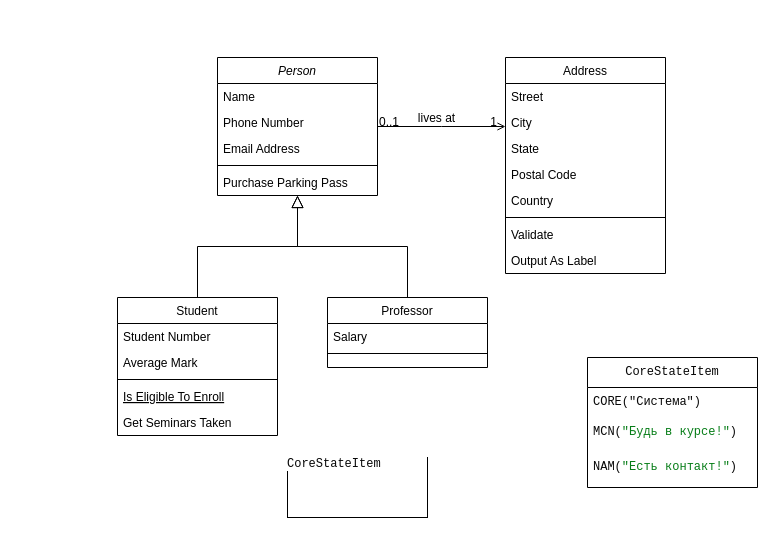
Before: eccp.drawio in andpopov/draw, a draw.io diagram. Source tidied: cells renumbered, new cells numbered last; positions are measured from the earlier drawing's top-left corner, leaving out a move shared by most shapes. Both pictures are drawn from the tidied source at 100%, with x=0, y=0 at pixel (117, 57).
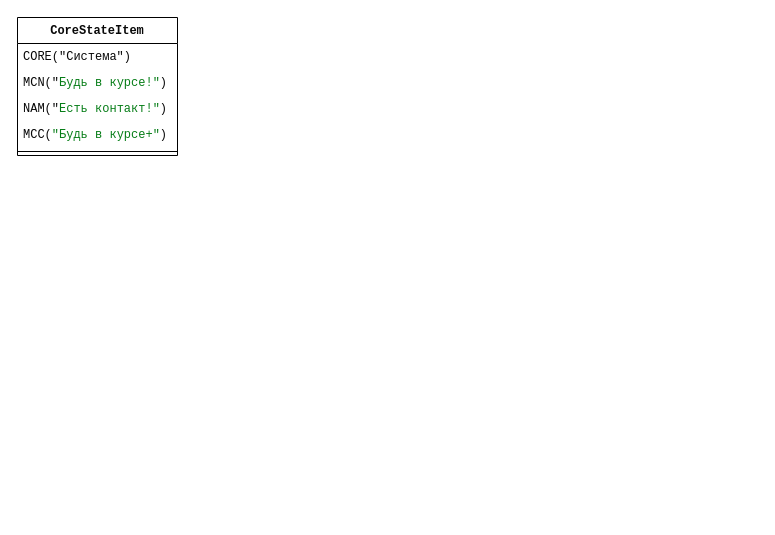
Above is the later version.

Change to the diagram source:
```diff
@@
-    <mxCell id="2" value="Person" style="swimlane;fontStyle=2;align=center;verticalAlign=top;horizontal=1;startSize=26;rounded=0;shadow=0;strokeWidth=1;" parent="1" vertex="1">
-      <mxGeometry x="100" width="160" height="138" as="geometry" />
-    </mxCell>
-    <mxCell id="3" value="Name" style="text;align=left;verticalAlign=top;spacingLeft=4;spacingRight=4;overflow=hidden;" parent="2" vertex="1">
-      <mxGeometry y="26" width="160" height="26" as="geometry" />
-    </mxCell>
-    <mxCell id="4" value="Phone Number" style="text;align=left;verticalAlign=top;spacingLeft=4;spacingRight=4;overflow=hidden;rounded=0;shadow=0;html=0;" parent="2" vertex="1">
-      <mxGeometry y="52" width="160" height="26" as="geometry" />
-    </mxCell>
-    <mxCell id="5" value="Email Address" style="text;align=left;verticalAlign=top;spacingLeft=4;spacingRight=4;overflow=hidden;rounded=0;shadow=0;html=0;" parent="2" vertex="1">
-      <mxGeometry y="78" width="160" height="26" as="geometry" />
-    </mxCell>
-    <mxCell id="6" style="line;html=1;strokeWidth=1;align=left;verticalAlign=middle;spacingTop=-1;spacingLeft=3;spacingRight=3;labelPosition=right;" parent="2" vertex="1">
-      <mxGeometry y="104" width="160" height="8" as="geometry" />
-    </mxCell>
-    <mxCell id="7" value="Purchase Parking Pass" style="text;align=left;verticalAlign=top;spacingLeft=4;spacingRight=4;overflow=hidden;" parent="2" vertex="1">
-      <mxGeometry y="112" width="160" height="26" as="geometry" />
-    </mxCell>
-    <mxCell id="8" value="Student" style="swimlane;fontStyle=0;align=center;verticalAlign=top;horizontal=1;startSize=26;rounded=0;shadow=0;strokeWidth=1;" parent="1" vertex="1">
-      <mxGeometry y="240" width="160" height="138" as="geometry" />
-    </mxCell>
-    <mxCell id="9" value="Student Number" style="text;align=left;verticalAlign=top;spacingLeft=4;spacingRight=4;overflow=hidden;" parent="8" vertex="1">
-      <mxGeometry y="26" width="160" height="26" as="geometry" />
-    </mxCell>
-    <mxCell id="10" value="Average Mark" style="text;align=left;verticalAlign=top;spacingLeft=4;spacingRight=4;overflow=hidden;rounded=0;shadow=0;html=0;" parent="8" vertex="1">
-      <mxGeometry y="52" width="160" height="26" as="geometry" />
-    </mxCell>
-    <mxCell id="11" style="line;html=1;strokeWidth=1;align=left;verticalAlign=middle;spacingTop=-1;spacingLeft=3;spacingRight=3;labelPosition=right;" parent="8" vertex="1">
-      <mxGeometry y="78" width="160" height="8" as="geometry" />
-    </mxCell>
-    <mxCell id="12" value="Is Eligible To Enroll" style="text;align=left;verticalAlign=top;spacingLeft=4;spacingRight=4;overflow=hidden;fontStyle=4;" parent="8" vertex="1">
-      <mxGeometry y="86" width="160" height="26" as="geometry" />
-    </mxCell>
-    <mxCell id="13" value="Get Seminars Taken" style="text;align=left;verticalAlign=top;spacingLeft=4;spacingRight=4;overflow=hidden;" parent="8" vertex="1">
-      <mxGeometry y="112" width="160" height="26" as="geometry" />
-    </mxCell>
-    <mxCell id="14" style="endArrow=block;endSize=10;endFill=0;shadow=0;strokeWidth=1;rounded=0;edgeStyle=elbowEdgeStyle;elbow=vertical;" parent="1" edge="1" source="8" target="2">
-      <mxGeometry relative="1" as="geometry" />
-    </mxCell>
-    <mxCell id="15" value="Professor" style="swimlane;fontStyle=0;align=center;verticalAlign=top;horizontal=1;startSize=26;rounded=0;shadow=0;strokeWidth=1;" parent="1" vertex="1">
-      <mxGeometry x="210" y="240" width="160" height="70" as="geometry" />
-    </mxCell>
-    <mxCell id="16" value="Salary" style="text;align=left;verticalAlign=top;spacingLeft=4;spacingRight=4;overflow=hidden;" parent="15" vertex="1">
-      <mxGeometry y="26" width="160" height="26" as="geometry" />
-    </mxCell>
-    <mxCell id="17" style="line;html=1;strokeWidth=1;align=left;verticalAlign=middle;spacingTop=-1;spacingLeft=3;spacingRight=3;labelPosition=right;" parent="15" vertex="1">
-      <mxGeometry y="52" width="160" height="8" as="geometry" />
-    </mxCell>
-    <mxCell id="18" style="endArrow=block;endSize=10;endFill=0;shadow=0;strokeWidth=1;rounded=0;edgeStyle=elbowEdgeStyle;elbow=vertical;" parent="1" edge="1" source="15" target="2">
-      <mxGeometry relative="1" as="geometry" />
-    </mxCell>
-    <mxCell id="19" value="Address" style="swimlane;fontStyle=0;align=center;verticalAlign=top;horizontal=1;startSize=26;rounded=0;shadow=0;strokeWidth=1;" parent="1" vertex="1">
-      <mxGeometry x="388" width="160" height="216" as="geometry" />
-    </mxCell>
-    <mxCell id="20" value="Street" style="text;align=left;verticalAlign=top;spacingLeft=4;spacingRight=4;overflow=hidden;" parent="19" vertex="1">
-      <mxGeometry y="26" width="160" height="26" as="geometry" />
-    </mxCell>
-    <mxCell id="21" value="City" style="text;align=left;verticalAlign=top;spacingLeft=4;spacingRight=4;overflow=hidden;rounded=0;shadow=0;html=0;" parent="19" vertex="1">
-      <mxGeometry y="52" width="160" height="26" as="geometry" />
-    </mxCell>
-    <mxCell id="22" value="State" style="text;align=left;verticalAlign=top;spacingLeft=4;spacingRight=4;overflow=hidden;rounded=0;shadow=0;html=0;" parent="19" vertex="1">
-      <mxGeometry y="78" width="160" height="26" as="geometry" />
-    </mxCell>
-    <mxCell id="23" value="Postal Code" style="text;align=left;verticalAlign=top;spacingLeft=4;spacingRight=4;overflow=hidden;rounded=0;shadow=0;html=0;" parent="19" vertex="1">
-      <mxGeometry y="104" width="160" height="26" as="geometry" />
-    </mxCell>
-    <mxCell id="24" value="Country" style="text;align=left;verticalAlign=top;spacingLeft=4;spacingRight=4;overflow=hidden;rounded=0;shadow=0;html=0;" parent="19" vertex="1">
-      <mxGeometry y="130" width="160" height="26" as="geometry" />
-    </mxCell>
-    <mxCell id="25" style="line;html=1;strokeWidth=1;align=left;verticalAlign=middle;spacingTop=-1;spacingLeft=3;spacingRight=3;labelPosition=right;" parent="19" vertex="1">
-      <mxGeometry y="156" width="160" height="8" as="geometry" />
-    </mxCell>
-    <mxCell id="26" value="Validate" style="text;align=left;verticalAlign=top;spacingLeft=4;spacingRight=4;overflow=hidden;" parent="19" vertex="1">
-      <mxGeometry y="164" width="160" height="26" as="geometry" />
-    </mxCell>
-    <mxCell id="27" value="Output As Label" style="text;align=left;verticalAlign=top;spacingLeft=4;spacingRight=4;overflow=hidden;" parent="19" vertex="1">
-      <mxGeometry y="190" width="160" height="26" as="geometry" />
-    </mxCell>
-    <mxCell id="28" style="endArrow=open;shadow=0;strokeWidth=1;rounded=0;endFill=1;edgeStyle=elbowEdgeStyle;elbow=vertical;" parent="1" edge="1" source="2" target="19">
-      <mxGeometry x="0.5" y="41" relative="1" as="geometry">
-        <mxPoint x="-40" y="32" as="offset" />
-      </mxGeometry>
-    </mxCell>
-    <mxCell id="29" value="0..1" style="align=left;verticalAlign=bottom;labelBackgroundColor=none;fontSize=12;" parent="28" vertex="1">
-      <mxGeometry x="-1" relative="1" as="geometry">
-        <mxPoint y="4" as="offset" />
-      </mxGeometry>
-    </mxCell>
-    <mxCell id="30" value="1" style="align=right;verticalAlign=bottom;labelBackgroundColor=none;fontSize=12;" parent="28" vertex="1">
-      <mxGeometry x="1" relative="1" as="geometry">
-        <mxPoint x="-7" y="4" as="offset" />
-      </mxGeometry>
-    </mxCell>
-    <mxCell id="31" value="lives at" style="text;html=1;align=center;verticalAlign=middle;labelBackgroundColor=none;rounded=0;shadow=0;strokeWidth=1;fontSize=12;" parent="28" vertex="1">
-      <mxGeometry x="0.5" y="49" relative="1" as="geometry">
-        <mxPoint x="-38" y="40" as="offset" />
-      </mxGeometry>
-    </mxCell>
-    <mxCell id="32" value="&lt;div style=&quot;background-color: rgb(255, 255, 255); color: rgb(8, 8, 8); font-family: &amp;quot;JetBrains Mono&amp;quot;, monospace;&quot;&gt;CoreStateItem&lt;/div&gt;" style="swimlane;fontStyle=0;horizontal=1;startSize=30;whiteSpace=wrap;html=1;" parent="1" vertex="1">
-      <mxGeometry x="470" y="300" width="170" height="130" as="geometry" />
-    </mxCell>
+    <mxCell id="37" value="&lt;div style=&quot;background-color: rgb(255, 255, 255); color: rgb(8, 8, 8); font-family: &amp;quot;JetBrains Mono&amp;quot;, monospace;&quot;&gt;CoreStateItem&lt;/div&gt;" style="swimlane;fontStyle=1;align=center;verticalAlign=top;horizontal=1;startSize=26;whiteSpace=wrap;html=1;" parent="1" vertex="1">
+      <mxGeometry x="-100" y="-40" width="160" height="138" as="geometry" />
+    </mxCell>
-    <mxCell id="33" value="&lt;div style=&quot;background-color: rgb(255, 255, 255); color: rgb(8, 8, 8); font-family: &amp;quot;JetBrains Mono&amp;quot;, monospace;&quot;&gt;CORE(&quot;Система&quot;)&lt;/div&gt;" style="text;strokeColor=none;fillColor=none;align=left;verticalAlign=middle;spacingLeft=4;spacingRight=4;overflow=hidden;whiteSpace=wrap;html=1;" parent="32" vertex="1">
-      <mxGeometry y="30" width="170" height="30" as="geometry" />
+    <mxCell id="33" value="&lt;div style=&quot;background-color: rgb(255, 255, 255); color: rgb(8, 8, 8); font-family: &amp;quot;JetBrains Mono&amp;quot;, monospace;&quot;&gt;CORE(&quot;Система&quot;)&lt;/div&gt;" style="text;strokeColor=none;fillColor=none;align=left;verticalAlign=top;spacingLeft=4;spacingRight=4;overflow=hidden;whiteSpace=wrap;html=1;" parent="37" vertex="1">
+      <mxGeometry y="26" width="160" height="26" as="geometry" />
     </mxCell>
-    <mxCell id="34" value="&lt;div style=&quot;background-color: rgb(255, 255, 255); color: rgb(8, 8, 8); font-family: &amp;quot;JetBrains Mono&amp;quot;, monospace;&quot;&gt;MCN(&lt;span style=&quot;color:#067d17;&quot;&gt;&quot;&lt;/span&gt;&lt;span style=&quot;color:#067d17;&quot;&gt;Будь в курсе!&lt;/span&gt;&lt;span style=&quot;color:#067d17;&quot;&gt;&quot;&lt;/span&gt;)&lt;/div&gt;" style="text;strokeColor=none;fillColor=none;align=left;verticalAlign=middle;spacingLeft=4;spacingRight=4;overflow=hidden;whiteSpace=wrap;html=1;" parent="32" vertex="1">
-      <mxGeometry y="60" width="170" height="30" as="geometry" />
-    </mxCell>
-    <mxCell id="35" value="&lt;div style=&quot;background-color: rgb(255, 255, 255); color: rgb(8, 8, 8); font-family: &amp;quot;JetBrains Mono&amp;quot;, monospace;&quot;&gt;NAM(&lt;span style=&quot;color:#067d17;&quot;&gt;&quot;&lt;/span&gt;&lt;span style=&quot;color:#067d17;&quot;&gt;Есть контакт!&lt;/span&gt;&lt;span style=&quot;color:#067d17;&quot;&gt;&quot;&lt;/span&gt;)&lt;/div&gt;" style="text;strokeColor=none;fillColor=none;align=left;verticalAlign=middle;spacingLeft=4;spacingRight=4;overflow=hidden;whiteSpace=wrap;html=1;" parent="32" vertex="1">
-      <mxGeometry y="90" width="170" height="40" as="geometry" />
-    </mxCell>
-    <mxCell id="36" value="&lt;div style=&quot;background-color: rgb(255, 255, 255); color: rgb(8, 8, 8); font-family: &amp;quot;JetBrains Mono&amp;quot;, monospace;&quot;&gt;CoreStateItem&lt;/div&gt;" style="verticalAlign=top;align=left;overflow=fill;fontSize=12;fontFamily=Helvetica;html=1;whiteSpace=wrap;" parent="1" vertex="1">
-      <mxGeometry x="170" y="400" width="140" height="60" as="geometry" />
-    </mxCell>
+    <mxCell id="38" value="&lt;div style=&quot;background-color: rgb(255, 255, 255); color: rgb(8, 8, 8); font-family: &amp;quot;JetBrains Mono&amp;quot;, monospace;&quot;&gt;MCN(&quot;&lt;span style=&quot;color:#067d17;&quot;&gt;Будь в курсе!&lt;/span&gt;&lt;span style=&quot;color:#067d17;&quot;&gt;&quot;&lt;/span&gt;)&lt;/div&gt;" style="text;strokeColor=none;fillColor=none;align=left;verticalAlign=top;spacingLeft=4;spacingRight=4;overflow=hidden;whiteSpace=wrap;html=1;" parent="37" vertex="1">
+      <mxGeometry y="52" width="160" height="26" as="geometry" />
+    </mxCell>
+    <mxCell id="39" value="&lt;div style=&quot;background-color: rgb(255, 255, 255); color: rgb(8, 8, 8); font-family: &amp;quot;JetBrains Mono&amp;quot;, monospace;&quot;&gt;NAM(&quot;&lt;span style=&quot;color:#067d17;&quot;&gt;Есть контакт!&lt;/span&gt;&lt;span style=&quot;color:#067d17;&quot;&gt;&quot;&lt;/span&gt;)&lt;/div&gt;" style="text;strokeColor=none;fillColor=none;align=left;verticalAlign=top;spacingLeft=4;spacingRight=4;overflow=hidden;whiteSpace=wrap;html=1;" parent="37" vertex="1">
+      <mxGeometry y="78" width="160" height="26" as="geometry" />
+    </mxCell>
+    <mxCell id="40" value="&lt;div style=&quot;background-color: rgb(255, 255, 255); color: rgb(8, 8, 8); font-family: &amp;quot;JetBrains Mono&amp;quot;, monospace;&quot;&gt;MCC(&lt;span style=&quot;color:#067d17;&quot;&gt;&quot;&lt;/span&gt;&lt;span style=&quot;color:#067d17;&quot;&gt;Будь в курсе+&lt;/span&gt;&lt;span style=&quot;color:#067d17;&quot;&gt;&quot;&lt;/span&gt;)&lt;/div&gt;" style="text;strokeColor=none;fillColor=none;align=left;verticalAlign=top;spacingLeft=4;spacingRight=4;overflow=hidden;whiteSpace=wrap;html=1;" parent="37" vertex="1">
+      <mxGeometry y="104" width="160" height="26" as="geometry" />
+    </mxCell>
+    <mxCell id="41" style="line;strokeWidth=1;fillColor=none;align=left;verticalAlign=middle;spacingTop=-1;spacingLeft=3;spacingRight=3;labelPosition=right;strokeColor=inherit;" parent="37" vertex="1">
+      <mxGeometry y="130" width="160" height="8" as="geometry" />
+    </mxCell>
```
